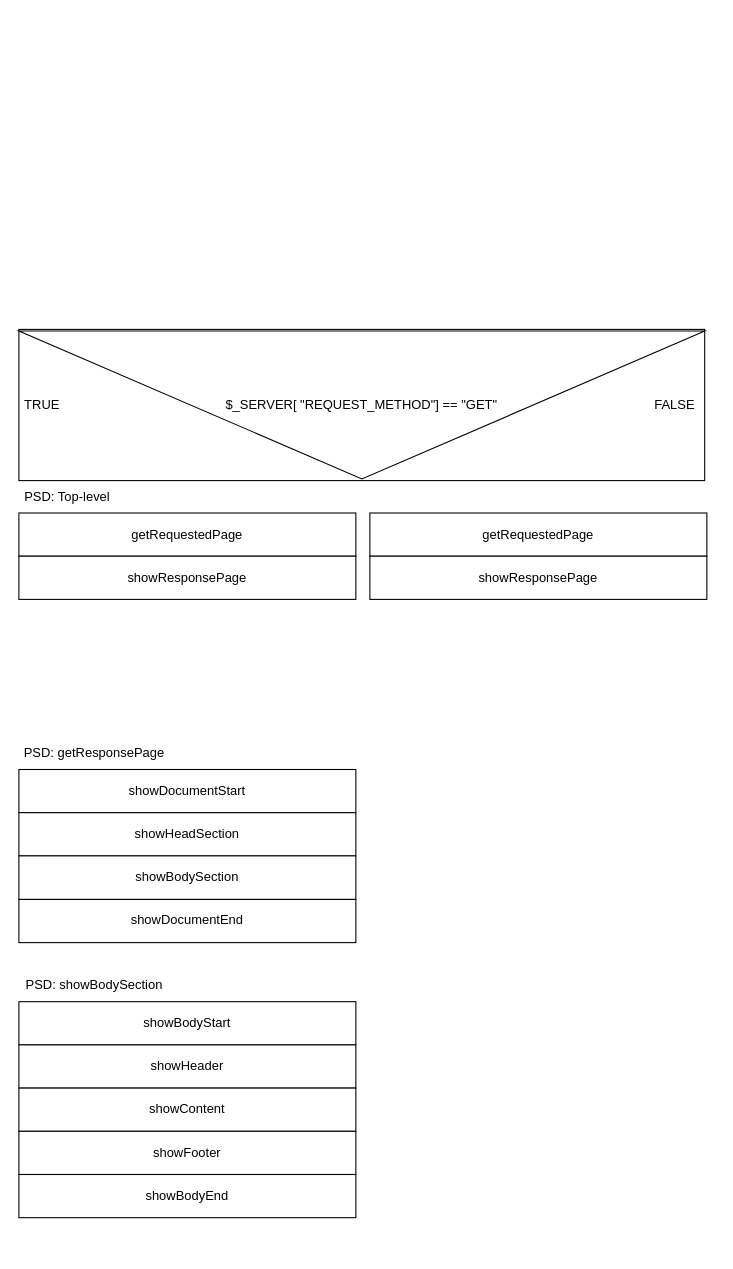
Above: Diagrams/routingPSD.drawio in Dabra720/educom-webshop-basis (draw.io), before the change. Source tidied: cells renumbered, new cells numbered last; positions are measured from the earlier drawing's top-left corner, leaving out a move shared by most shapes. Both pictures are drawn from the tidied source at 108%, with x=0, y=0 at pixel (18, 62).
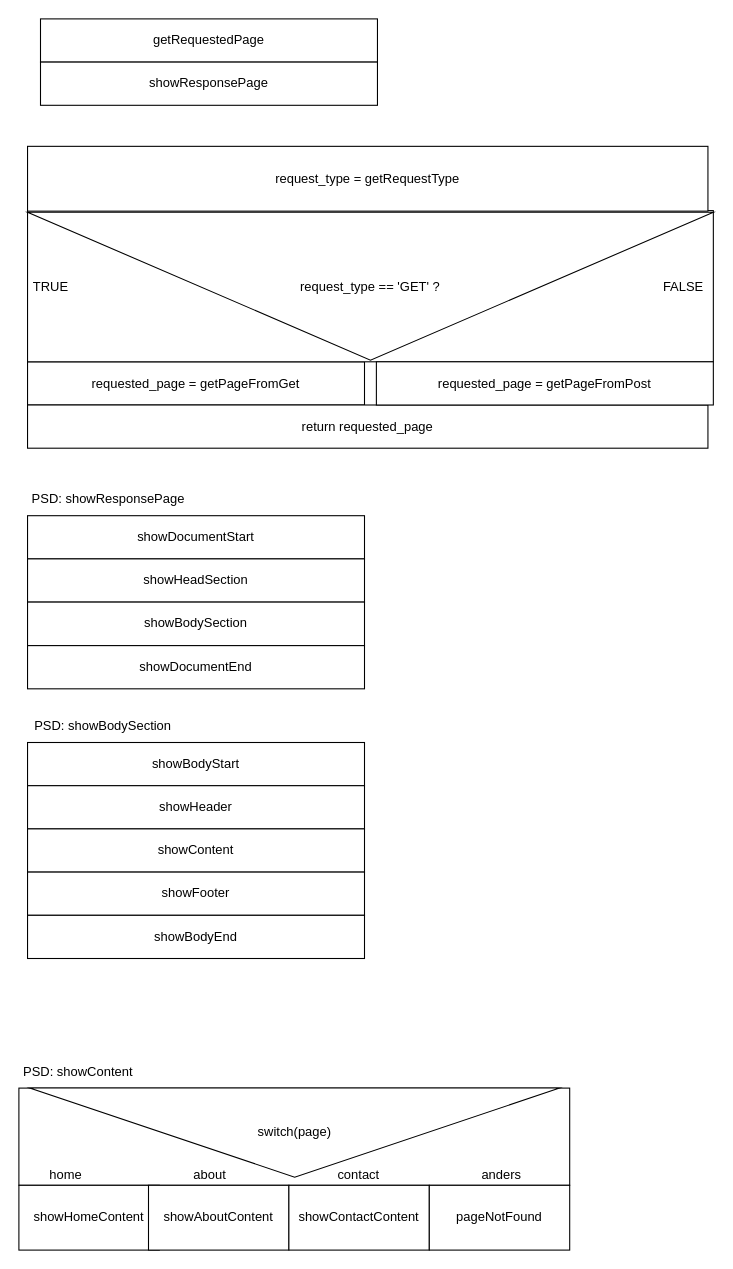
After the change.

Commit message (it also covers changes not shown here):
Issue #6 PSD Single door routing

Diff of the diagram source:
```diff
@@
-    <mxCell id="2" value="getRequestedPage" style="rounded=0;whiteSpace=wrap;html=1;" parent="1" vertex="1">
-      <mxGeometry y="417.5" width="312" height="40" as="geometry" />
+    <mxCell id="2" value="requested_page = getPageFromGet" style="rounded=0;whiteSpace=wrap;html=1;" parent="1" vertex="1">
+      <mxGeometry x="8" y="277.5" width="312" height="40" as="geometry" />
     </mxCell>
-    <mxCell id="3" value="showResponsePage" style="rounded=0;whiteSpace=wrap;html=1;" parent="1" vertex="1">
-      <mxGeometry y="457.5" width="312" height="40" as="geometry" />
+    <mxCell id="3" value="return requested_page" style="rounded=0;whiteSpace=wrap;html=1;" parent="1" vertex="1">
+      <mxGeometry x="8" y="317.5" width="630" height="40" as="geometry" />
     </mxCell>
     <mxCell id="4" value="showDocumentStart" style="rounded=0;whiteSpace=wrap;html=1;" parent="1" vertex="1">
-      <mxGeometry y="655" width="312" height="40" as="geometry" />
+      <mxGeometry x="8" y="420" width="312" height="40" as="geometry" />
     </mxCell>
     <mxCell id="5" value="showHeadSection" style="rounded=0;whiteSpace=wrap;html=1;" parent="1" vertex="1">
-      <mxGeometry y="695" width="312" height="40" as="geometry" />
+      <mxGeometry x="8" y="460" width="312" height="40" as="geometry" />
     </mxCell>
     <mxCell id="6" value="showBodySection" style="rounded=0;whiteSpace=wrap;html=1;" parent="1" vertex="1">
-      <mxGeometry y="735" width="312" height="40.3" as="geometry" />
+      <mxGeometry x="8" y="500" width="312" height="40.3" as="geometry" />
     </mxCell>
     <mxCell id="7" value="showDocumentEnd" style="rounded=0;whiteSpace=wrap;html=1;" parent="1" vertex="1">
-      <mxGeometry y="775.3" width="312" height="40" as="geometry" />
+      <mxGeometry x="8" y="540.3" width="312" height="40" as="geometry" />
     </mxCell>
-    <mxCell id="8" value="showBodyStart" style="rounded=0;whiteSpace=wrap;html=1;" parent="1" vertex="1">
-      <mxGeometry y="870" width="312" height="40" as="geometry" />
-    </mxCell>
-    <mxCell id="9" value="showHeader" style="rounded=0;whiteSpace=wrap;html=1;" parent="1" vertex="1">
-      <mxGeometry y="910" width="312" height="40" as="geometry" />
+    <mxCell id="9" value="showBodyStart" style="rounded=0;whiteSpace=wrap;html=1;" parent="1" vertex="1">
+      <mxGeometry x="8" y="630" width="312" height="40" as="geometry" />
     </mxCell>
-    <mxCell id="10" value="showContent" style="rounded=0;whiteSpace=wrap;html=1;" parent="1" vertex="1">
-      <mxGeometry y="950" width="312" height="40" as="geometry" />
+    <mxCell id="10" value="showHeader" style="rounded=0;whiteSpace=wrap;html=1;" parent="1" vertex="1">
+      <mxGeometry x="8" y="670" width="312" height="40" as="geometry" />
     </mxCell>
-    <mxCell id="11" value="showFooter" style="rounded=0;whiteSpace=wrap;html=1;" parent="1" vertex="1">
-      <mxGeometry y="990" width="312" height="40" as="geometry" />
+    <mxCell id="11" value="showContent" style="rounded=0;whiteSpace=wrap;html=1;" parent="1" vertex="1">
+      <mxGeometry x="8" y="710" width="312" height="40" as="geometry" />
     </mxCell>
-    <mxCell id="12" value="PSD: getResponsePage" style="text;html=1;strokeColor=none;fillColor=none;align=center;verticalAlign=middle;whiteSpace=wrap;rounded=0;" parent="1" vertex="1">
-      <mxGeometry y="625" width="140" height="30" as="geometry" />
+    <mxCell id="12" value="PSD: showResponsePage" style="text;html=1;strokeColor=none;fillColor=none;align=center;verticalAlign=middle;whiteSpace=wrap;rounded=0;" parent="1" vertex="1">
+      <mxGeometry x="8" y="390" width="150" height="30" as="geometry" />
     </mxCell>
     <mxCell id="13" value="PSD: showBodySection" style="text;html=1;strokeColor=none;fillColor=none;align=center;verticalAlign=middle;whiteSpace=wrap;rounded=0;" parent="1" vertex="1">
-      <mxGeometry y="840" width="140" height="30" as="geometry" />
+      <mxGeometry x="8" y="600" width="140" height="30" as="geometry" />
     </mxCell>
-    <mxCell id="14" value="PSD: Top-level" style="text;html=1;strokeColor=none;fillColor=none;align=center;verticalAlign=middle;whiteSpace=wrap;rounded=0;" parent="1" vertex="1">
-      <mxGeometry y="387.5" width="90" height="30" as="geometry" />
-    </mxCell>
     <mxCell id="15" value="&amp;nbsp;TRUE&lt;span style=&quot;white-space: pre;&quot;&gt;&#9;&lt;/span&gt;&lt;span style=&quot;white-space: pre;&quot;&gt;&#9;&lt;/span&gt;&lt;span style=&quot;white-space: pre;&quot;&gt;&#9;&lt;/span&gt;&lt;span style=&quot;white-space: pre;&quot;&gt;&#9;&lt;/span&gt;&lt;span style=&quot;white-space: pre;&quot;&gt;&#9;&lt;/span&gt;&lt;span style=&quot;white-space: pre;&quot;&gt;&#9;&lt;/span&gt;&lt;span style=&quot;white-space: pre;&quot;&gt;&#9;&lt;/span&gt;&lt;span style=&quot;white-space: pre;&quot;&gt;&#9;&lt;/span&gt;&lt;span style=&quot;white-space: pre;&quot;&gt;&#9;&lt;/span&gt;&lt;span style=&quot;white-space: pre;&quot;&gt;&#9;&lt;/span&gt;&lt;span style=&quot;white-space: pre;&quot;&gt;&#9;&lt;/span&gt;&lt;span style=&quot;white-space: pre;&quot;&gt;&#9;&lt;/span&gt;&lt;span style=&quot;white-space: pre;&quot;&gt;&#9;&lt;/span&gt;&lt;span style=&quot;white-space: pre;&quot;&gt;&#9;&lt;/span&gt;&lt;span style=&quot;white-space: pre;&quot;&gt;&#9;&lt;/span&gt;&lt;span style=&quot;white-space: pre;&quot;&gt;&#9;&lt;/span&gt;&lt;span style=&quot;white-space: pre;&quot;&gt;&#9;&lt;/span&gt;&lt;span style=&quot;white-space: pre;&quot;&gt;&#9;&lt;/span&gt;&lt;span style=&quot;white-space: pre;&quot;&gt;&#9;&lt;/span&gt;&lt;span style=&quot;white-space: pre;&quot;&gt;&#9;&lt;/span&gt;&lt;span style=&quot;white-space: pre;&quot;&gt;&#9;&lt;/span&gt;FALSE" style="rounded=0;whiteSpace=wrap;html=1;align=left;" parent="1" vertex="1">
-      <mxGeometry y="247.5" width="635" height="140" as="geometry" />
+      <mxGeometry x="8" y="137.5" width="635" height="140" as="geometry" />
     </mxCell>
-    <mxCell id="16" value="&lt;div style=&quot;&quot;&gt;$_SERVER[ &quot;REQUEST_METHOD&quot;] == &quot;GET&quot;&lt;/div&gt;" style="triangle;whiteSpace=wrap;html=1;rotation=90;align=center;verticalAlign=middle;horizontal=0;" parent="1" vertex="1">
-      <mxGeometry x="249.1" width="136.9" height="635" as="geometry" />
+    <mxCell id="16" value="&lt;div style=&quot;&quot;&gt;request_type == 'GET' ?&lt;/div&gt;" style="triangle;whiteSpace=wrap;html=1;rotation=90;align=center;verticalAlign=middle;horizontal=0;" parent="1" vertex="1">
+      <mxGeometry x="257.1" y="-110" width="136.9" height="635" as="geometry" />
     </mxCell>
-    <mxCell id="17" value="getRequestedPage" style="rounded=0;whiteSpace=wrap;html=1;" parent="1" vertex="1">
-      <mxGeometry x="325" y="417.5" width="312" height="40" as="geometry" />
-    </mxCell>
+    <mxCell id="19" value="getRequestedPage" style="rounded=0;whiteSpace=wrap;html=1;" parent="1" vertex="1">
+      <mxGeometry x="20" y="-40" width="312" height="40" as="geometry" />
+    </mxCell>
     <mxCell id="18" value="showResponsePage" style="rounded=0;whiteSpace=wrap;html=1;" parent="1" vertex="1">
-      <mxGeometry x="325" y="457.5" width="312" height="40" as="geometry" />
+      <mxGeometry x="20" width="312" height="40" as="geometry" />
     </mxCell>
-    <mxCell id="19" value="showBodyEnd" style="rounded=0;whiteSpace=wrap;html=1;" parent="1" vertex="1">
-      <mxGeometry y="1030" width="312" height="40" as="geometry" />
-    </mxCell>
+    <mxCell id="20" value="PSD: showContent" style="text;html=1;strokeColor=none;fillColor=none;align=center;verticalAlign=middle;whiteSpace=wrap;rounded=0;" parent="1" vertex="1">
+      <mxGeometry y="920" width="110" height="30" as="geometry" />
+    </mxCell>
+    <mxCell id="21" value="&lt;span style=&quot;white-space: pre;&quot;&gt;&#9;&lt;/span&gt;home&lt;span style=&quot;white-space: pre;&quot;&gt;&#9;&lt;/span&gt;&lt;span style=&quot;white-space: pre;&quot;&gt;&#9;&lt;span style=&quot;white-space: pre;&quot;&gt;&#9;&lt;span style=&quot;white-space: pre;&quot;&gt;&#9;&lt;/span&gt;&lt;/span&gt;&lt;/span&gt;about&lt;span style=&quot;white-space: pre;&quot;&gt;&#9;&lt;/span&gt;&lt;span style=&quot;white-space: pre;&quot;&gt;&#9;&lt;/span&gt;&lt;span style=&quot;white-space: pre;&quot;&gt;&#9;&lt;/span&gt;&amp;nbsp; &amp;nbsp; &amp;nbsp;&lt;span style=&quot;white-space: pre;&quot;&gt;&#9;&lt;/span&gt;contact&amp;nbsp; &amp;nbsp; &amp;nbsp; &amp;nbsp;&lt;span style=&quot;white-space: pre;&quot;&gt;&#9;&lt;span style=&quot;white-space: pre;&quot;&gt;&#9;&lt;/span&gt;&lt;span style=&quot;white-space: pre;&quot;&gt;&#9;&lt;/span&gt;&lt;/span&gt;anders" style="rounded=0;whiteSpace=wrap;html=1;verticalAlign=bottom;align=left;" parent="1" vertex="1">
+      <mxGeometry y="950" width="510" height="90" as="geometry" />
+    </mxCell>
+    <mxCell id="22" value="showHomeContent" style="rounded=0;whiteSpace=wrap;html=1;" parent="1" vertex="1">
+      <mxGeometry y="1040" width="130" height="60" as="geometry" />
+    </mxCell>
+    <mxCell id="23" value="showAboutContent" style="rounded=0;whiteSpace=wrap;html=1;" parent="1" vertex="1">
+      <mxGeometry x="120" y="1040" width="130" height="60" as="geometry" />
+    </mxCell>
+    <mxCell id="24" value="showContactContent" style="rounded=0;whiteSpace=wrap;html=1;" parent="1" vertex="1">
+      <mxGeometry x="250" y="1040" width="130" height="60" as="geometry" />
+    </mxCell>
+    <mxCell id="25" value="switch(page)" style="triangle;whiteSpace=wrap;html=1;rotation=90;horizontal=0;" parent="1" vertex="1">
+      <mxGeometry x="214.1" y="745.9" width="82.5" height="490.6" as="geometry" />
+    </mxCell>
+    <mxCell id="26" value="pageNotFound" style="rounded=0;whiteSpace=wrap;html=1;" parent="1" vertex="1">
+      <mxGeometry x="380" y="1040" width="130" height="60" as="geometry" />
+    </mxCell>
+    <mxCell id="27" value="request_type = getRequestType" style="rounded=0;whiteSpace=wrap;html=1;" parent="1" vertex="1">
+      <mxGeometry x="8" y="78" width="630" height="60" as="geometry" />
+    </mxCell>
+    <mxCell id="28" value="requested_page = getPageFromPost" style="rounded=0;whiteSpace=wrap;html=1;" parent="1" vertex="1">
+      <mxGeometry x="331" y="277.5" width="312" height="40" as="geometry" />
+    </mxCell>
+    <mxCell id="29" value="showFooter" style="rounded=0;whiteSpace=wrap;html=1;" parent="1" vertex="1">
+      <mxGeometry x="8" y="750" width="312" height="40" as="geometry" />
+    </mxCell>
+    <mxCell id="30" value="showBodyEnd" style="rounded=0;whiteSpace=wrap;html=1;" parent="1" vertex="1">
+      <mxGeometry x="8" y="790" width="312" height="40" as="geometry" />
+    </mxCell>
```
